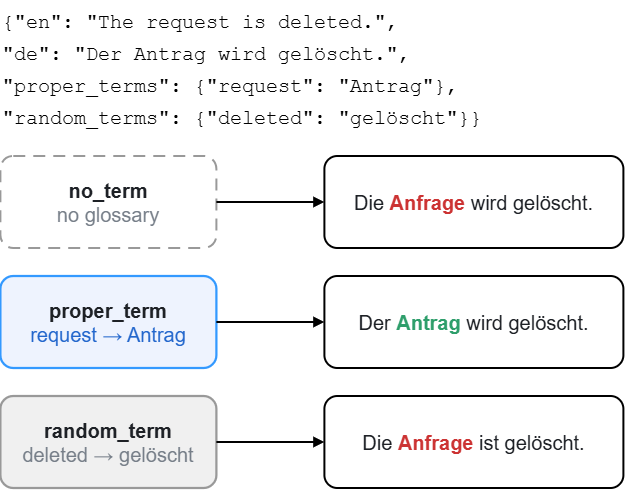
vnpnko/terminology-translation keeps this draw.io diagram as report/latex/figures/prompt_conditioning_diagram.png. Above is the earlier version. Source tidied: cells renumbered, new cells last; positions are measured from the earlier drawing's top-left corner, leaving out a move shared by most shapes.
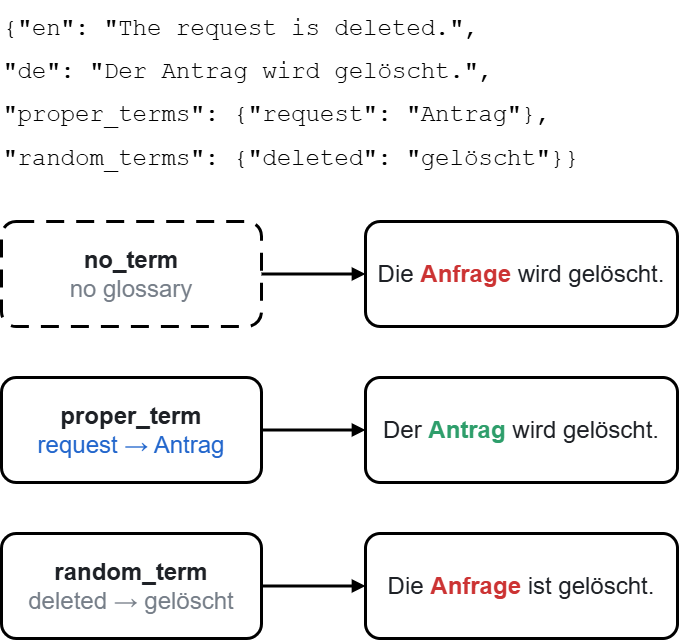
After the change.

The edit, as a diff of the source:
```diff
@@ -2,34 +2,34 @@
   <root>
     <mxCell id="0" />
     <mxCell id="1" parent="0" />
-    <mxCell id="2" value="&lt;div style=&quot;line-height: 160%;&quot;&gt;&lt;div&gt;&lt;font style=&quot;color: rgb(0, 0, 0);&quot;&gt;{&quot;en&quot;: &quot;The request is deleted.&quot;,&amp;nbsp;&lt;/font&gt;&lt;/div&gt;&lt;div&gt;&lt;font style=&quot;color: rgb(0, 0, 0);&quot;&gt;&quot;de&quot;: &quot;Der Antrag wird gelöscht.&quot;,&amp;nbsp;&lt;/font&gt;&lt;div&gt;&lt;font style=&quot;color: rgb(0, 0, 0);&quot;&gt;&quot;proper_terms&quot;: {&quot;request&quot;: &quot;Antrag&quot;},&amp;nbsp;&lt;/font&gt;&lt;/div&gt;&lt;div&gt;&lt;font style=&quot;color: rgb(0, 0, 0);&quot;&gt;&quot;random_terms&quot;: {&quot;deleted&quot;: &quot;gelöscht&quot;}}&lt;/font&gt;&lt;/div&gt;&lt;/div&gt;&lt;/div&gt;" style="text;html=1;whiteSpace=wrap;fontSize=20;fontFamily=Courier New;align=left;verticalAlign=top;fontColor=#1E2126;" parent="1" vertex="1">
-      <mxGeometry width="623" height="144" as="geometry" />
+    <mxCell id="2" value="&lt;div style=&quot;line-height: 180%;&quot;&gt;&lt;div&gt;&lt;font style=&quot;color: rgb(0, 0, 0);&quot;&gt;{&quot;en&quot;: &quot;The request is deleted.&quot;,&amp;nbsp;&lt;/font&gt;&lt;/div&gt;&lt;div&gt;&lt;font style=&quot;color: rgb(0, 0, 0);&quot;&gt;&quot;de&quot;: &quot;Der Antrag wird gelöscht.&quot;,&amp;nbsp;&lt;/font&gt;&lt;div&gt;&lt;font style=&quot;color: rgb(0, 0, 0);&quot;&gt;&quot;proper_terms&quot;: {&quot;request&quot;: &quot;Antrag&quot;},&amp;nbsp;&lt;/font&gt;&lt;/div&gt;&lt;div&gt;&lt;font style=&quot;color: rgb(0, 0, 0);&quot;&gt;&quot;random_terms&quot;: {&quot;deleted&quot;: &quot;gelöscht&quot;}}&lt;/font&gt;&lt;/div&gt;&lt;/div&gt;&lt;/div&gt;" style="text;html=1;whiteSpace=wrap;fontSize=24;fontFamily=Courier New;align=left;verticalAlign=top;fontColor=#1E2126;strokeWidth=3;" parent="1" vertex="1">
+      <mxGeometry x="31" y="170" width="676" height="196" as="geometry" />
     </mxCell>
-    <mxCell id="3" value="&lt;b&gt;no_term&lt;/b&gt;&lt;br&gt;&lt;font style=&quot;color: rgb(118, 126, 136);&quot;&gt;no glossary&lt;/font&gt;" style="rounded=1;arcSize=14;whiteSpace=wrap;html=1;dashed=1;dashPattern=6 4;fillColor=#ffffff;strokeColor=#999999;strokeWidth=2;fontColor=#1E2126;fontSize=20;" parent="1" vertex="1">
-      <mxGeometry y="156" width="216" height="92" as="geometry" />
+    <mxCell id="3" value="&lt;b&gt;no_term&lt;/b&gt;&lt;br&gt;&lt;font style=&quot;color: rgb(118, 126, 136);&quot;&gt;no glossary&lt;/font&gt;" style="rounded=1;arcSize=14;whiteSpace=wrap;html=1;dashed=1;dashPattern=6 4;fillColor=#FFFFFF;strokeColor=#000000;strokeWidth=3;fontColor=#1E2126;fontSize=24;" parent="1" vertex="1">
+      <mxGeometry x="31" y="391" width="260" height="105" as="geometry" />
     </mxCell>
-    <mxCell id="4" value="Die &lt;font color=&quot;#CC3333&quot;&gt;&lt;b&gt;Anfrage&lt;/b&gt;&lt;/font&gt; wird gelöscht." style="rounded=1;arcSize=14;whiteSpace=wrap;html=1;fillColor=#ffffff;strokeColor=#000000;strokeWidth=2;fontColor=#1E2126;fontSize=20;" parent="1" vertex="1">
-      <mxGeometry x="324" y="156" width="299" height="92" as="geometry" />
+    <mxCell id="4" value="Die &lt;font color=&quot;#CC3333&quot;&gt;&lt;b&gt;Anfrage&lt;/b&gt;&lt;/font&gt; wird gelöscht." style="rounded=1;arcSize=14;whiteSpace=wrap;html=1;fillColor=#FFFFFF;strokeColor=#000000;strokeWidth=3;fontColor=#1E2126;fontSize=24;" parent="1" vertex="1">
+      <mxGeometry x="395" y="391" width="312" height="105" as="geometry" />
     </mxCell>
-    <mxCell id="5" value="&lt;b&gt;proper_term&lt;/b&gt;&lt;br&gt;&lt;font style=&quot;color: rgb(34, 102, 204);&quot;&gt;request → Antrag&lt;/font&gt;" style="rounded=1;arcSize=14;whiteSpace=wrap;html=1;fillColor=#EEF3FE;strokeColor=#3399FF;strokeWidth=2.25;fontColor=#1E2126;fontSize=20;" parent="1" vertex="1">
-      <mxGeometry y="276" width="216" height="92" as="geometry" />
+    <mxCell id="5" value="&lt;b&gt;proper_term&lt;/b&gt;&lt;br&gt;&lt;font style=&quot;color: rgb(34, 102, 204);&quot;&gt;request → Antrag&lt;/font&gt;" style="rounded=1;arcSize=14;whiteSpace=wrap;html=1;fillColor=#FFFFFF;strokeColor=#000000;strokeWidth=3;fontColor=#1E2126;fontSize=24;" parent="1" vertex="1">
+      <mxGeometry x="31" y="547" width="260" height="105" as="geometry" />
     </mxCell>
-    <mxCell id="6" value="Der &lt;font color=&quot;#2E9E6B&quot;&gt;&lt;b&gt;Antrag&lt;/b&gt;&lt;/font&gt; wird gelöscht." style="rounded=1;arcSize=14;whiteSpace=wrap;html=1;fillColor=#ffffff;strokeColor=#000000;strokeWidth=2;fontColor=#1E2126;fontSize=20;" parent="1" vertex="1">
-      <mxGeometry x="324" y="276" width="299" height="92" as="geometry" />
+    <mxCell id="6" value="Der &lt;font color=&quot;#2E9E6B&quot;&gt;&lt;b&gt;Antrag&lt;/b&gt;&lt;/font&gt; wird gelöscht." style="rounded=1;arcSize=14;whiteSpace=wrap;html=1;fillColor=#FFFFFF;strokeColor=#000000;strokeWidth=3;fontColor=#1E2126;fontSize=24;" parent="1" vertex="1">
+      <mxGeometry x="395" y="547" width="312" height="105" as="geometry" />
     </mxCell>
-    <mxCell id="7" value="&lt;b&gt;random_term&lt;/b&gt;&lt;br&gt;&lt;font style=&quot;color: rgb(118, 126, 136);&quot;&gt;deleted → gelöscht&lt;/font&gt;" style="rounded=1;arcSize=14;whiteSpace=wrap;html=1;fillColor=#F0F0F0;strokeColor=#999999;strokeWidth=2.25;fontColor=#1E2126;fontSize=20;" parent="1" vertex="1">
-      <mxGeometry y="396" width="216" height="92" as="geometry" />
+    <mxCell id="7" value="&lt;b&gt;random_term&lt;/b&gt;&lt;br&gt;&lt;font style=&quot;color: rgb(118, 126, 136);&quot;&gt;deleted → gelöscht&lt;/font&gt;" style="rounded=1;arcSize=14;whiteSpace=wrap;html=1;fillColor=#FFFFFF;strokeColor=#000000;strokeWidth=3;fontColor=#1E2126;fontSize=24;" parent="1" vertex="1">
+      <mxGeometry x="31" y="703" width="260" height="105" as="geometry" />
     </mxCell>
-    <mxCell id="8" value="Die &lt;font color=&quot;#CC3333&quot;&gt;&lt;b&gt;Anfrage&lt;/b&gt;&lt;/font&gt; ist gelöscht." style="rounded=1;arcSize=14;whiteSpace=wrap;html=1;fillColor=#ffffff;strokeColor=#000000;strokeWidth=2;fontColor=#1E2126;fontSize=20;" parent="1" vertex="1">
-      <mxGeometry x="324" y="396" width="299" height="92" as="geometry" />
+    <mxCell id="8" value="Die &lt;font color=&quot;#CC3333&quot;&gt;&lt;b&gt;Anfrage&lt;/b&gt;&lt;/font&gt; ist gelöscht." style="rounded=1;arcSize=14;whiteSpace=wrap;html=1;fillColor=#FFFFFF;strokeColor=#000000;strokeWidth=3;fontColor=#1E2126;fontSize=24;" parent="1" vertex="1">
+      <mxGeometry x="395" y="703" width="312" height="105" as="geometry" />
     </mxCell>
-    <mxCell id="9" style="html=1;endArrow=block;endFill=1;strokeColor=#000000;strokeWidth=2;exitX=1;exitY=0.5;entryX=0;entryY=0.5;fontSize=20;" parent="1" edge="1" source="3" target="4">
+    <mxCell id="9" style="html=1;endArrow=block;endFill=1;strokeColor=#000000;strokeWidth=3;exitX=1;exitY=0.5;entryX=0;entryY=0.5;fontSize=24;" parent="1" edge="1" source="3" target="4">
       <mxGeometry relative="1" as="geometry" />
     </mxCell>
-    <mxCell id="10" style="html=1;endArrow=block;endFill=1;strokeColor=#000000;strokeWidth=2;exitX=1;exitY=0.5;entryX=0;entryY=0.5;fontSize=20;" parent="1" edge="1" source="5" target="6">
+    <mxCell id="10" style="html=1;endArrow=block;endFill=1;strokeColor=#000000;strokeWidth=3;exitX=1;exitY=0.5;entryX=0;entryY=0.5;fontSize=24;" parent="1" edge="1" source="5" target="6">
       <mxGeometry relative="1" as="geometry" />
     </mxCell>
-    <mxCell id="11" style="html=1;endArrow=block;endFill=1;strokeColor=#000000;strokeWidth=2;exitX=1;exitY=0.5;entryX=0;entryY=0.5;fontSize=20;" parent="1" edge="1" source="7" target="8">
+    <mxCell id="11" style="html=1;endArrow=block;endFill=1;strokeColor=#000000;strokeWidth=3;exitX=1;exitY=0.5;entryX=0;entryY=0.5;fontSize=24;" parent="1" edge="1" source="7" target="8">
       <mxGeometry relative="1" as="geometry" />
     </mxCell>
   </root>
```
